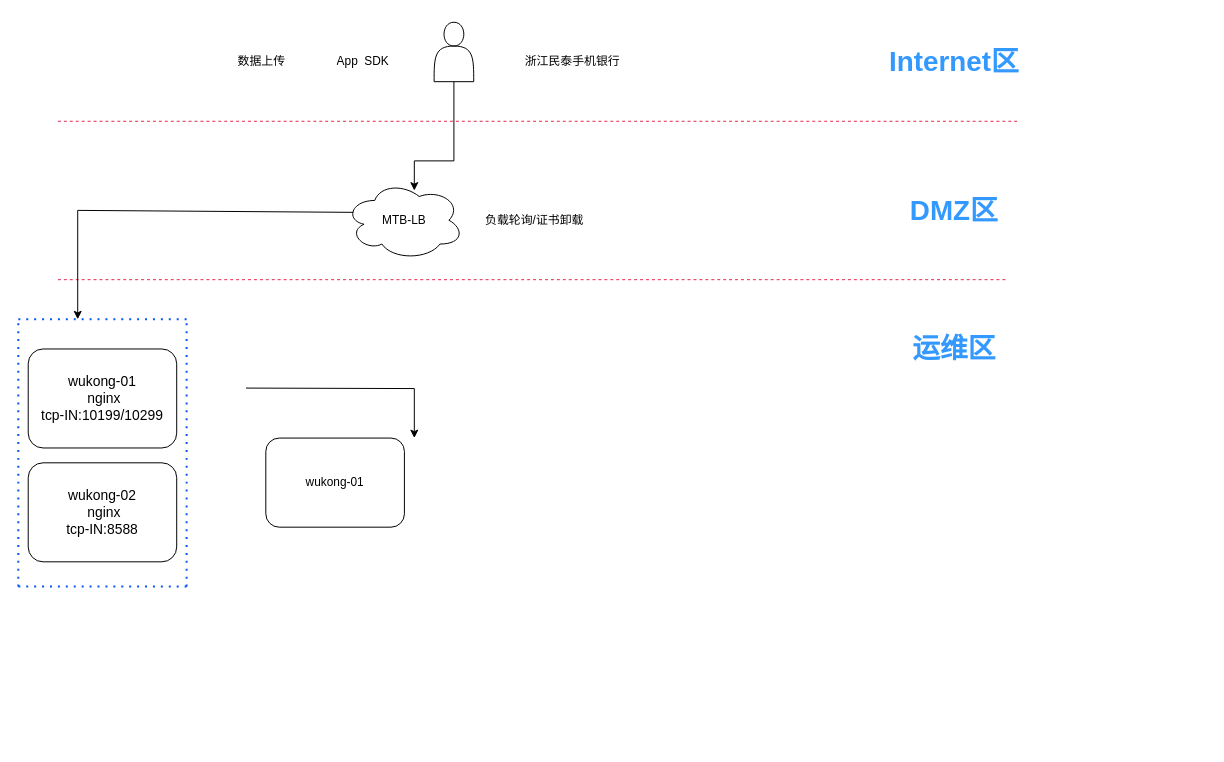
zeng0550/free-programming-books keeps this draw.io diagram as 浙江民泰商业银行生产环境架构.drawio. Above is the earlier version. Source tidied: cells renumbered, new cells numbered last; positions are measured from the earlier drawing's top-left corner, leaving out a move shared by most shapes. Both pictures are drawn from the tidied source at 99%, with x=0, y=0 at pixel (18, 22).
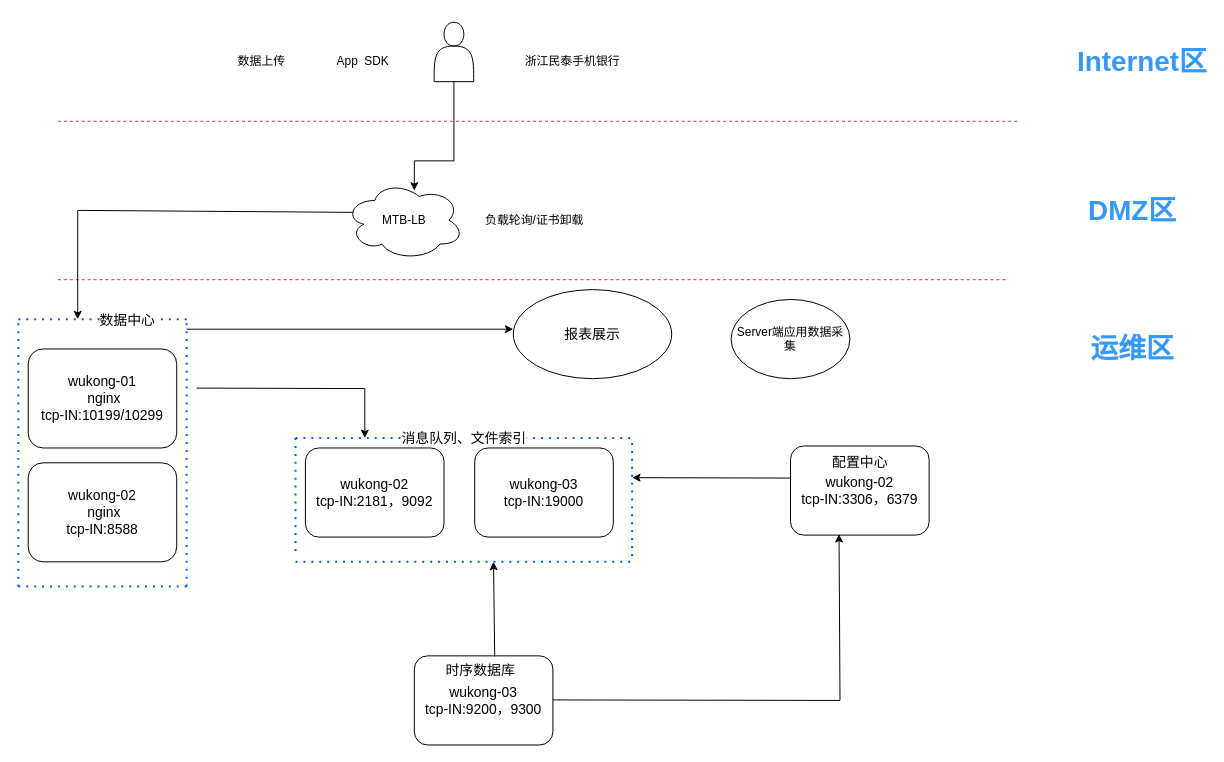
After the change.

Commit message:
更新浙江民泰商业银行生产环境架构.drawio

The change refers to these unchanged cells:
```xml
<mxCell id="22" style="endArrow=none;dashed=1;html=1;dashPattern=1 3;strokeWidth=2;rounded=0;strokeColor=#0756f2;" parent="1" edge="1">
  <mxGeometry relative="1" as="geometry">
    <mxPoint y="300" as="sourcePoint" />
    <mxPoint x="170" y="300" as="targetPoint" />
  </mxGeometry>
</mxCell>
```

What changed in the source:
```diff
@@
     <mxCell id="3" value="&lt;h3&gt;&lt;font color=&quot;#3399ff&quot;&gt;Internet区&lt;/font&gt;&lt;/h3&gt;" style="text;strokeColor=none;fillColor=default;html=1;fontSize=24;fontStyle=1;verticalAlign=middle;align=center;" parent="1" vertex="1">
-      <mxGeometry x="880" y="20" width="130" height="40" as="geometry" />
+      <mxGeometry x="1070" y="20" width="130" height="40" as="geometry" />
     </mxCell>
@@
     <mxCell id="9" value="&lt;h3&gt;&lt;font color=&quot;#3399ff&quot;&gt;DMZ区&lt;/font&gt;&lt;/h3&gt;" style="text;strokeColor=none;fillColor=default;html=1;fontSize=24;fontStyle=1;verticalAlign=middle;align=center;" parent="1" vertex="1">
-      <mxGeometry x="880" y="170" width="130" height="40" as="geometry" />
+      <mxGeometry x="1060" y="170" width="130" height="40" as="geometry" />
     </mxCell>
@@
     <mxCell id="13" value="&lt;h3&gt;&lt;font color=&quot;#3399ff&quot;&gt;运维区&lt;/font&gt;&lt;/h3&gt;" style="text;strokeColor=none;fillColor=default;html=1;fontSize=24;fontStyle=1;verticalAlign=middle;align=center;" parent="1" vertex="1">
-      <mxGeometry x="880" y="310" width="130" height="40" as="geometry" />
+      <mxGeometry x="1060" y="310" width="130" height="40" as="geometry" />
     </mxCell>
@@
     <mxCell id="16" style="endArrow=classic;html=1;rounded=0;" parent="1" edge="1">
       <mxGeometry relative="1" as="geometry">
-        <mxPoint x="230" y="369.5" as="sourcePoint" />
-        <mxPoint x="400" y="420" as="targetPoint" />
+        <mxPoint x="180" y="369.5" as="sourcePoint" />
+        <mxPoint x="350" y="420" as="targetPoint" />
         <Array as="points">
-          <mxPoint x="400" y="370" />
+          <mxPoint x="350" y="370" />
         </Array>
       </mxGeometry>
     </mxCell>
-    <mxCell id="17" value="wukong-01" style="rounded=1;whiteSpace=wrap;html=1;" parent="1" vertex="1">
-      <mxGeometry x="250" y="420" width="140" height="90" as="geometry" />
+    <mxCell id="17" value="&lt;font style=&quot;font-size: 14px;&quot;&gt;wukong-02&lt;/font&gt;&lt;div&gt;&lt;span style=&quot;font-size: 14px;&quot;&gt;tcp-IN:2181，9092&lt;/span&gt;&lt;br&gt;&lt;/div&gt;" style="rounded=1;whiteSpace=wrap;html=1;" parent="1" vertex="1">
+      <mxGeometry x="290" y="430" width="140" height="90" as="geometry" />
     </mxCell>
@@
+    <mxCell id="23" value="&lt;font style=&quot;font-size: 14px;&quot;&gt;数据中心&lt;/font&gt;" style="edgeLabel;html=1;align=center;verticalAlign=middle;" parent="22" vertex="1">
+      <mxGeometry x="0.28" relative="1" as="geometry" />
+    </mxCell>
+    <mxCell id="24" value="&lt;font style=&quot;font-size: 14px;&quot;&gt;wukong-03&lt;/font&gt;&lt;div&gt;&lt;font style=&quot;font-size: 14px;&quot;&gt;tcp-IN:19000&lt;br&gt;&lt;/font&gt;&lt;/div&gt;" style="rounded=1;whiteSpace=wrap;html=1;" parent="1" vertex="1">
+      <mxGeometry x="461" y="430" width="140" height="90" as="geometry" />
+    </mxCell>
+    <mxCell id="25" style="endArrow=none;dashed=1;html=1;dashPattern=1 3;strokeWidth=2;rounded=0;strokeColor=#0756f2;" parent="1" edge="1">
+      <mxGeometry relative="1" as="geometry">
+        <mxPoint x="280" y="545" as="sourcePoint" />
+        <mxPoint x="620" y="545" as="targetPoint" />
+      </mxGeometry>
+    </mxCell>
+    <mxCell id="26" style="endArrow=none;dashed=1;html=1;dashPattern=1 3;strokeWidth=2;rounded=0;strokeColor=#0756f2;" parent="1" edge="1">
+      <mxGeometry relative="1" as="geometry">
+        <mxPoint x="280" y="420" as="sourcePoint" />
+        <mxPoint x="620" y="420" as="targetPoint" />
+      </mxGeometry>
+    </mxCell>
+    <mxCell id="27" value="&lt;font style=&quot;font-size: 14px;&quot;&gt;消息队列、文件索引&lt;/font&gt;" style="edgeLabel;html=1;align=center;verticalAlign=middle;" parent="26" vertex="1">
+      <mxGeometry x="-0.18" y="1" relative="1" as="geometry">
+        <mxPoint x="30" as="offset" />
+      </mxGeometry>
+    </mxCell>
+    <mxCell id="28" style="endArrow=none;dashed=1;html=1;dashPattern=1 3;strokeWidth=2;rounded=0;strokeColor=#0756f2;" parent="1" edge="1">
+      <mxGeometry relative="1" as="geometry">
+        <mxPoint x="280" y="420" as="sourcePoint" />
+        <mxPoint x="280" y="540" as="targetPoint" />
+      </mxGeometry>
+    </mxCell>
+    <mxCell id="29" style="endArrow=none;dashed=1;html=1;dashPattern=1 3;strokeWidth=2;rounded=0;strokeColor=#0756f2;" parent="1" edge="1">
+      <mxGeometry relative="1" as="geometry">
+        <mxPoint x="620" y="425" as="sourcePoint" />
+        <mxPoint x="620" y="545" as="targetPoint" />
+      </mxGeometry>
+    </mxCell>
+    <mxCell id="30" value="&lt;font style=&quot;font-size: 14px;&quot;&gt;wukong-02&lt;/font&gt;&lt;div&gt;&lt;font style=&quot;font-size: 14px;&quot;&gt;tcp-IN:3306，6379&lt;br&gt;&lt;/font&gt;&lt;/div&gt;" style="rounded=1;whiteSpace=wrap;html=1;" parent="1" vertex="1">
+      <mxGeometry x="780" y="428" width="140" height="90" as="geometry" />
+    </mxCell>
+    <mxCell id="31" value="&lt;font style=&quot;font-size: 14px;&quot;&gt;配置中心&lt;/font&gt;" style="text;html=1;align=center;verticalAlign=middle;strokeColor=none;fillColor=none;" parent="1" vertex="1">
+      <mxGeometry x="810" y="430" width="80" height="30" as="geometry" />
+    </mxCell>
+    <mxCell id="32" style="endArrow=classic;html=1;rounded=0;exitX=-0.003;exitY=0.36;exitDx=0;exitDy=0;exitPerimeter=0;" parent="1" edge="1" source="30">
+      <mxGeometry relative="1" as="geometry">
+        <mxPoint x="620" y="460" as="targetPoint" />
+      </mxGeometry>
+    </mxCell>
+    <mxCell id="33" style="endArrow=classic;html=1;rounded=0;" parent="1" edge="1">
+      <mxGeometry relative="1" as="geometry">
+        <mxPoint x="170" y="310" as="sourcePoint" />
+        <mxPoint x="500" y="310" as="targetPoint" />
+      </mxGeometry>
+    </mxCell>
+    <mxCell id="34" value="&lt;font style=&quot;font-size: 14px;&quot;&gt;报表展示&lt;/font&gt;" style="ellipse;whiteSpace=wrap;html=1;" parent="1" vertex="1">
+      <mxGeometry x="500" y="270" width="160" height="90" as="geometry" />
+    </mxCell>
+    <mxCell id="35" value="&lt;font style=&quot;font-size: 14px;&quot;&gt;wukong-03&lt;/font&gt;&lt;div&gt;&lt;span style=&quot;font-size: 14px;&quot;&gt;tcp-IN:9200，9300&lt;/span&gt;&lt;br&gt;&lt;/div&gt;" style="rounded=1;whiteSpace=wrap;html=1;" parent="1" vertex="1">
+      <mxGeometry x="400" y="640" width="140" height="90" as="geometry" />
+    </mxCell>
+    <mxCell id="36" style="endArrow=classic;html=1;rounded=0;exitX=0.58;exitY=0.004;exitDx=0;exitDy=0;exitPerimeter=0;" parent="1" edge="1" source="35">
+      <mxGeometry relative="1" as="geometry">
+        <mxPoint x="480" y="545" as="targetPoint" />
+      </mxGeometry>
+    </mxCell>
+    <mxCell id="37" style="endArrow=classic;html=1;rounded=0;exitX=0.58;exitY=0.004;exitDx=0;exitDy=0;exitPerimeter=0;" parent="1" edge="1">
+      <mxGeometry relative="1" as="geometry">
+        <mxPoint x="540" y="684.5" as="sourcePoint" />
+        <mxPoint x="829" y="517" as="targetPoint" />
+        <Array as="points">
+          <mxPoint x="830" y="685" />
+        </Array>
+      </mxGeometry>
+    </mxCell>
+    <mxCell id="38" value="&lt;font style=&quot;font-size: 14px;&quot;&gt;时序数据库&lt;/font&gt;" style="text;whiteSpace=wrap;html=1;" parent="1" vertex="1">
+      <mxGeometry x="430" y="640" width="80" height="30" as="geometry" />
+    </mxCell>
+    <mxCell id="39" value="Server端应用数据采集" style="ellipse;whiteSpace=wrap;html=1;" parent="1" vertex="1">
+      <mxGeometry x="720" y="280" width="120" height="80" as="geometry" />
+    </mxCell>
```
